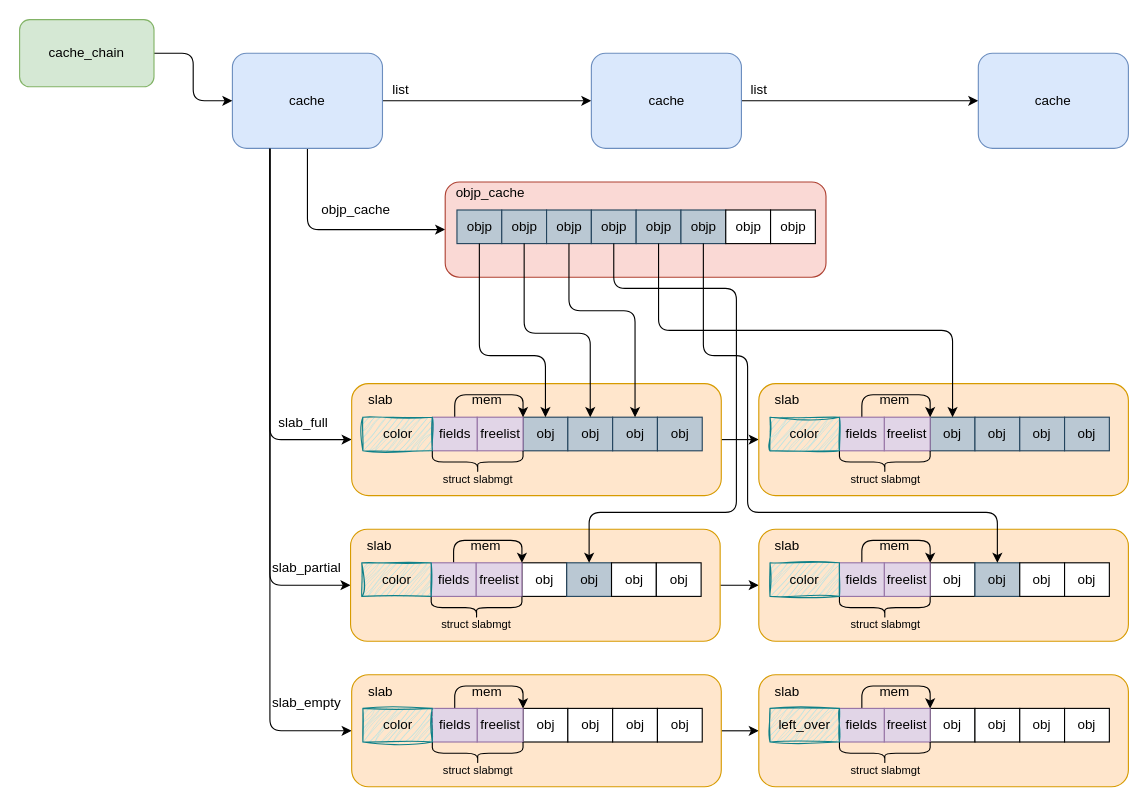
Before: images/kmem_cache-physical-structure.drawio in kongjun18/thesis, a draw.io diagram. Source tidied: cells renumbered, new cells numbered last; positions are measured from the earlier drawing's top-left corner, leaving out a move shared by most shapes. Both pictures are drawn from the tidied source at 112%, with x=0, y=0 at pixel (19, 19).
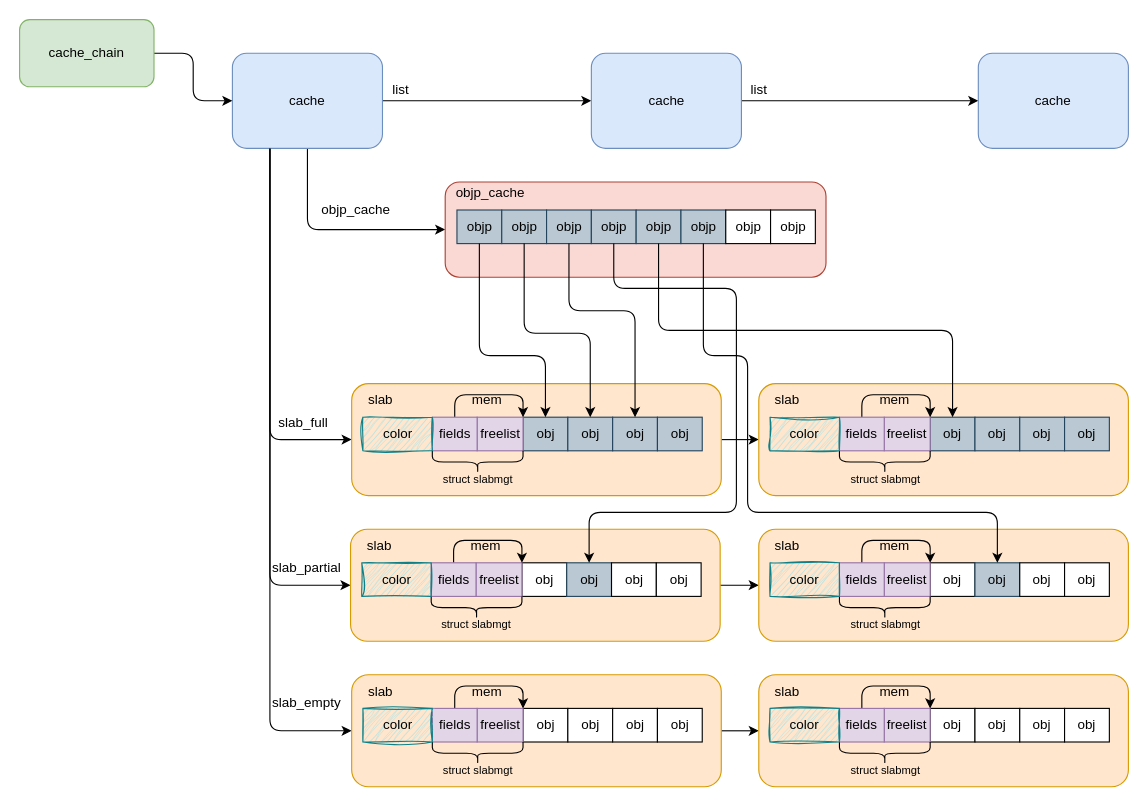
After the change.

Diff of the diagram source:
```diff
@@
-    <mxCell id="82" value="left_over" style="rounded=0;whiteSpace=wrap;html=1;shadow=0;fillStyle=auto;fillColor=#b0e3e6;strokeColor=#0e8088;glass=0;sketch=1;curveFitting=1;jiggle=2;" parent="1" vertex="1">
+    <mxCell id="82" value="color" style="rounded=0;whiteSpace=wrap;html=1;shadow=0;fillStyle=auto;fillColor=#b0e3e6;strokeColor=#0e8088;glass=0;sketch=1;curveFitting=1;jiggle=2;" parent="1" vertex="1">
       <mxGeometry x="670" y="615" width="62" height="30" as="geometry" />
     </mxCell>
```
